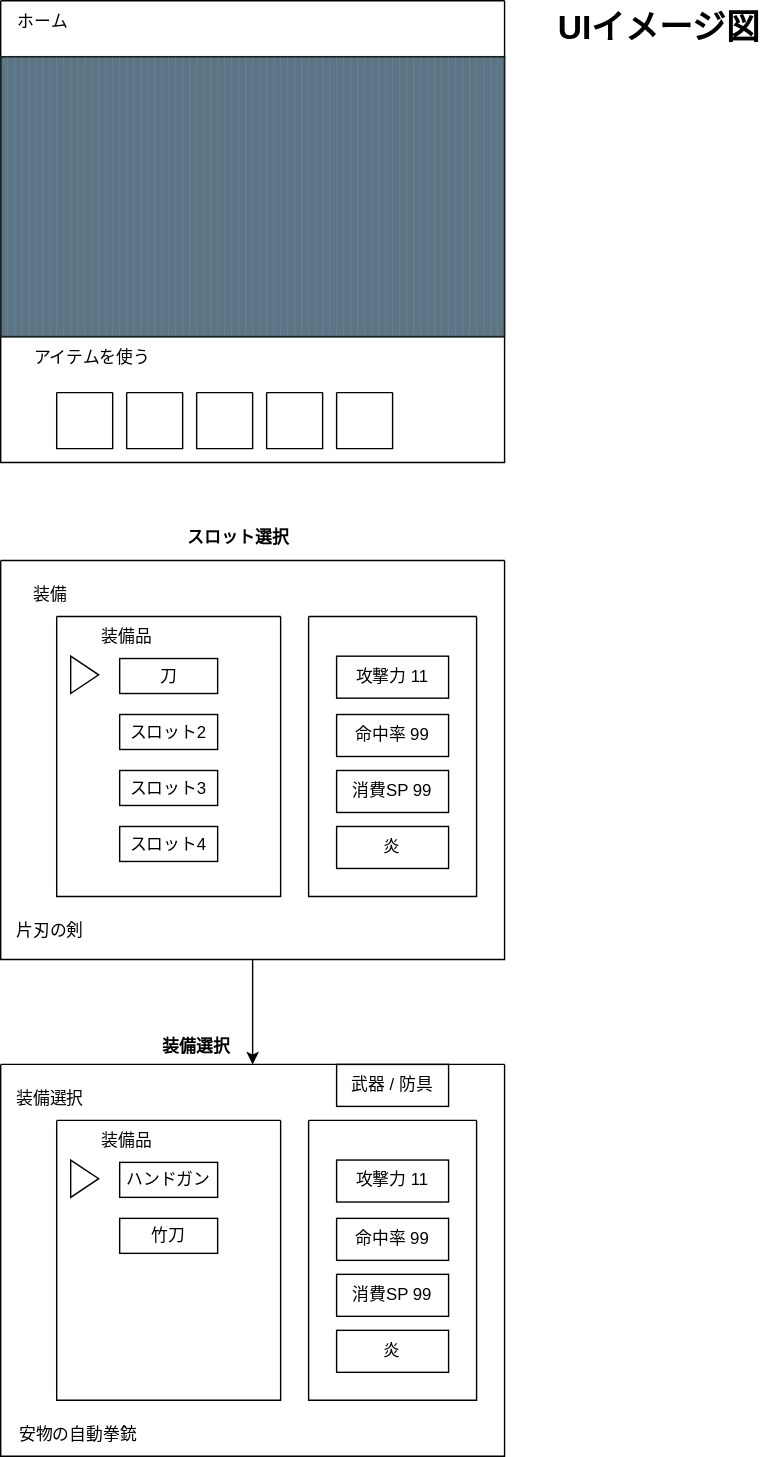
Above: docs/images/20231210home.drawio.svg in kijimaD/ruins (draw.io), before the change. Source tidied: cells renumbered, new cells last; positions are measured from the earlier drawing's top-left corner, leaving out a move shared by most shapes.
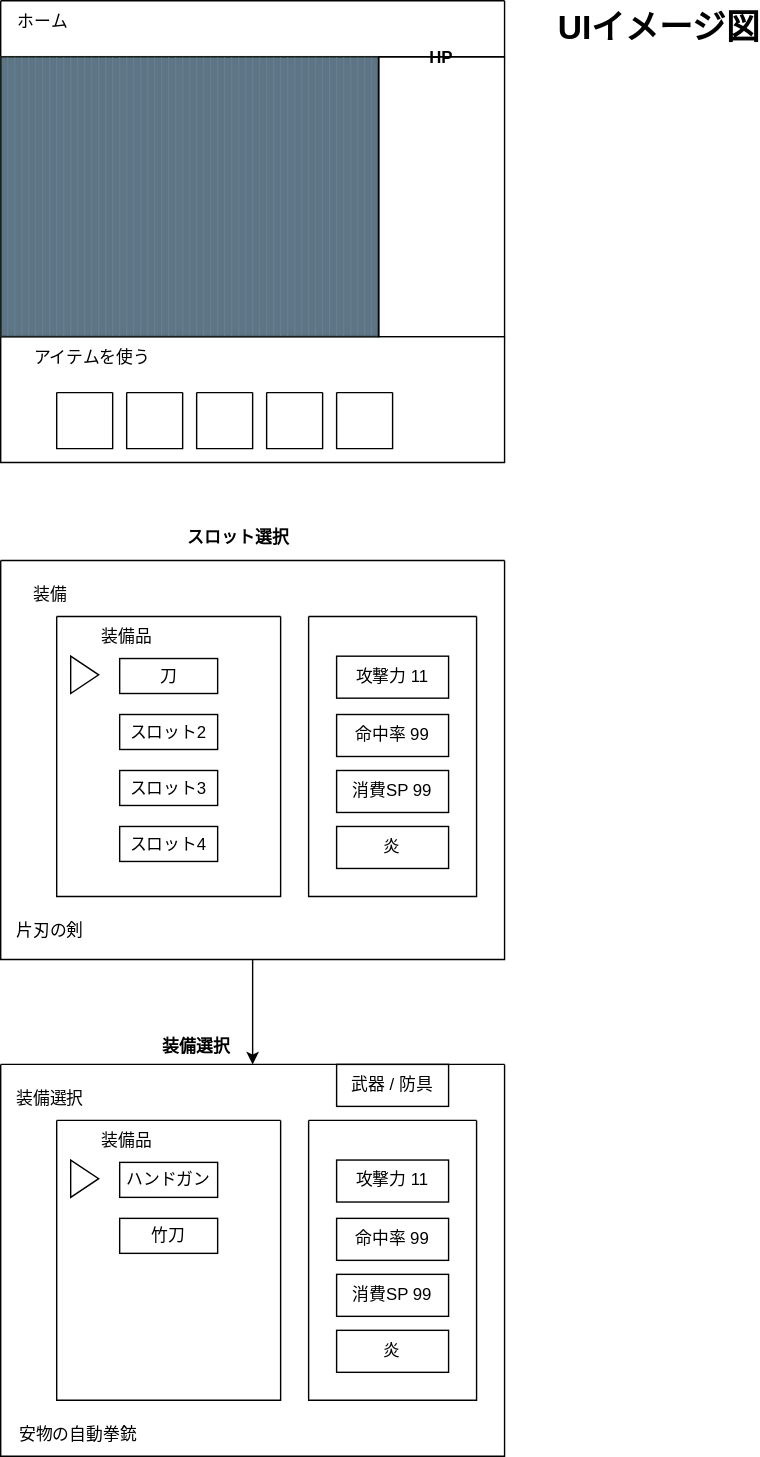
Later version of the same file.

The edit, as a diff of the source:
```diff
@@ -30,7 +30,7 @@
       <mxGeometry width="360" height="40" as="geometry" />
     </mxCell>
     <mxCell id="11" style="verticalLabelPosition=bottom;verticalAlign=top;html=1;shadow=0;dashed=0;strokeWidth=1;shape=mxgraph.ios.iBgStriped;strokeColor=#18211b;fillColor=#5D7585;strokeColor2=#657E8F;" parent="1" vertex="1">
-      <mxGeometry y="40" width="360" height="200" as="geometry" />
+      <mxGeometry y="40" width="270" height="200" as="geometry" />
     </mxCell>
     <mxCell id="12" style="edgeStyle=none;html=1;entryX=0.5;entryY=0;entryDx=0;entryDy=0;" parent="1" edge="1" source="13" target="28">
       <mxGeometry relative="1" as="geometry" />
@@ -131,5 +131,8 @@
     <mxCell id="44" value="UIイメージ図" style="text;strokeColor=none;fillColor=none;html=1;fontSize=24;fontStyle=1;verticalAlign=middle;align=center;" parent="1" vertex="1">
       <mxGeometry x="420" width="100" height="40" as="geometry" />
     </mxCell>
+    <mxCell id="45" value="HP" style="swimlane;startSize=0;" parent="1" vertex="1">
+      <mxGeometry x="270" y="40" width="90" height="200" as="geometry" />
+    </mxCell>
   </root>
 </mxGraphModel>
```
